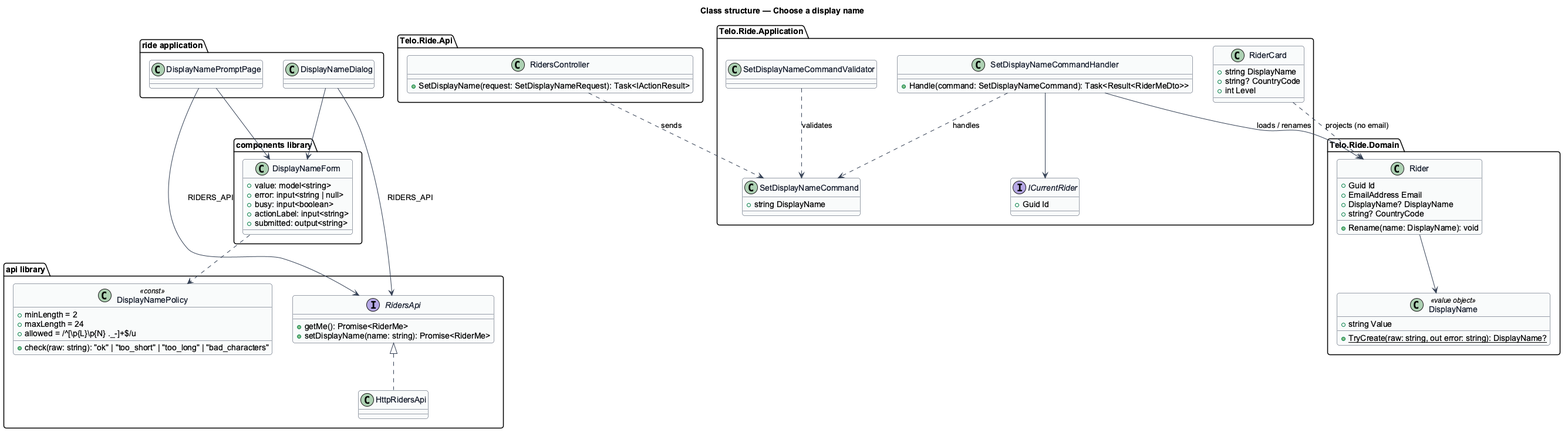
Before: docs/detailed-designs/accounts/choose-a-display-name/diagrams/class-structure.png, a diagram exported from PlantUML (QuinntyneBrown/ride-one).
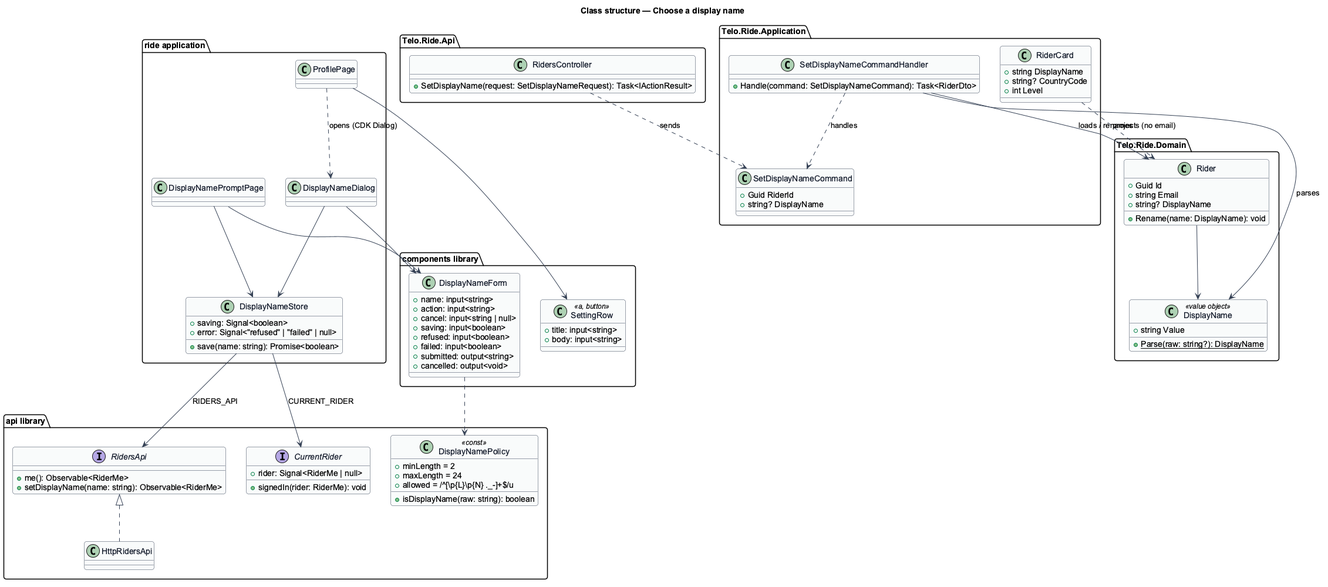
After the commit.

What changed in the source:
```diff
@@ -16,32 +16,53 @@
     +minLength = 2
     +maxLength = 24
     +allowed = /^[\p{L}\p{N} ._-]+$/u
-    +check(raw: string): "ok" | "too_short" | "too_long" | "bad_characters"
+    +isDisplayName(raw: string): boolean
   }
   interface RidersApi {
-    +getMe(): Promise<RiderMe>
-    +setDisplayName(name: string): Promise<RiderMe>
+    +me(): Observable<RiderMe>
+    +setDisplayName(name: string): Observable<RiderMe>
+  }
+  interface CurrentRider {
+    +rider: Signal<RiderMe | null>
+    +signedIn(rider: RiderMe): void
   }
   class HttpRidersApi
   RidersApi <|.. HttpRidersApi
 }
 package "components library" {
   class DisplayNameForm {
-    +value: model<string>
-    +error: input<string | null>
-    +busy: input<boolean>
-    +actionLabel: input<string>
+    +name: input<string>
+    +action: input<string>
+    +cancel: input<string | null>
+    +saving: input<boolean>
+    +refused: input<boolean>
+    +failed: input<boolean>
     +submitted: output<string>
+    +cancelled: output<void>
+  }
+  class SettingRow <<a, button>> {
+    +title: input<string>
+    +body: input<string>
   }
 }
 package "ride application" {
   class DisplayNamePromptPage
   class DisplayNameDialog
+  class ProfilePage
+  class DisplayNameStore {
+    +saving: Signal<boolean>
+    +error: Signal<"refused" | "failed" | null>
+    +save(name: string): Promise<boolean>
+  }
 }
 DisplayNamePromptPage --> DisplayNameForm
 DisplayNameDialog --> DisplayNameForm
-DisplayNamePromptPage --> RidersApi : RIDERS_API
-DisplayNameDialog --> RidersApi : RIDERS_API
+ProfilePage --> SettingRow
+ProfilePage ..> DisplayNameDialog : opens (CDK Dialog)
+DisplayNamePromptPage --> DisplayNameStore
+DisplayNameDialog --> DisplayNameStore
+DisplayNameStore --> RidersApi : RIDERS_API
+DisplayNameStore --> CurrentRider : CURRENT_RIDER
 DisplayNameForm ..> DisplayNamePolicy
 package "Telo.Ride.Api" {
   class RidersController {
@@ -50,14 +71,11 @@
 }
 package "Telo.Ride.Application" {
   class SetDisplayNameCommand {
-    +string DisplayName
+    +Guid RiderId
+    +string? DisplayName
   }
-  class SetDisplayNameCommandValidator
   class SetDisplayNameCommandHandler {
-    +Handle(command: SetDisplayNameCommand): Task<Result<RiderMeDto>>
-  }
-  interface ICurrentRider {
-    +Guid Id
+    +Handle(command: SetDisplayNameCommand): Task<RiderDto>
   }
   class RiderCard {
     +string DisplayName
@@ -68,20 +86,18 @@
 package "Telo.Ride.Domain" {
   class DisplayName <<value object>> {
     +string Value
-    +{static} TryCreate(raw: string, out error: string): DisplayName?
+    +{static} Parse(raw: string?): DisplayName
   }
   class Rider {
     +Guid Id
-    +EmailAddress Email
-    +DisplayName? DisplayName
-    +string? CountryCode
+    +string Email
+    +string? DisplayName
     +Rename(name: DisplayName): void
   }
 }
 RidersController ..> SetDisplayNameCommand : sends
-SetDisplayNameCommandValidator ..> SetDisplayNameCommand : validates
 SetDisplayNameCommandHandler ..> SetDisplayNameCommand : handles
-SetDisplayNameCommandHandler --> ICurrentRider
+SetDisplayNameCommandHandler --> DisplayName : parses
 SetDisplayNameCommandHandler --> Rider : loads / renames
 Rider --> DisplayName
 RiderCard ..> Rider : projects (no email)
```
